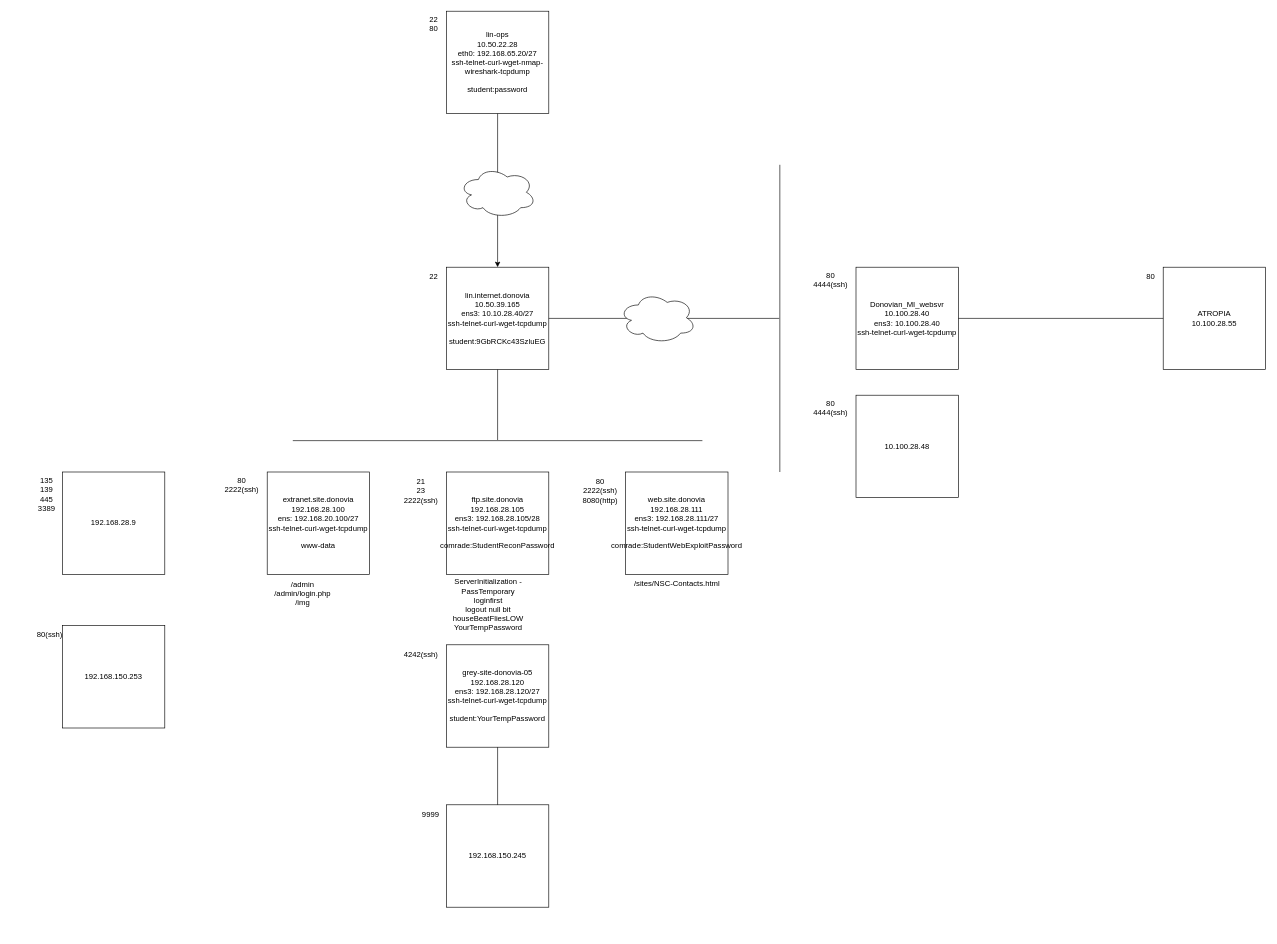
Before: Security/Greenberg/Untitled Diagram.drawio in TheWaltuh/COSC-Notes, a draw.io diagram. Source tidied: cells renumbered, new cells numbered last; positions are measured from the earlier drawing's top-left corner, leaving out a move shared by most shapes. Both pictures are drawn from the tidied source at 64%, with x=0, y=0 at pixel (30, 11).
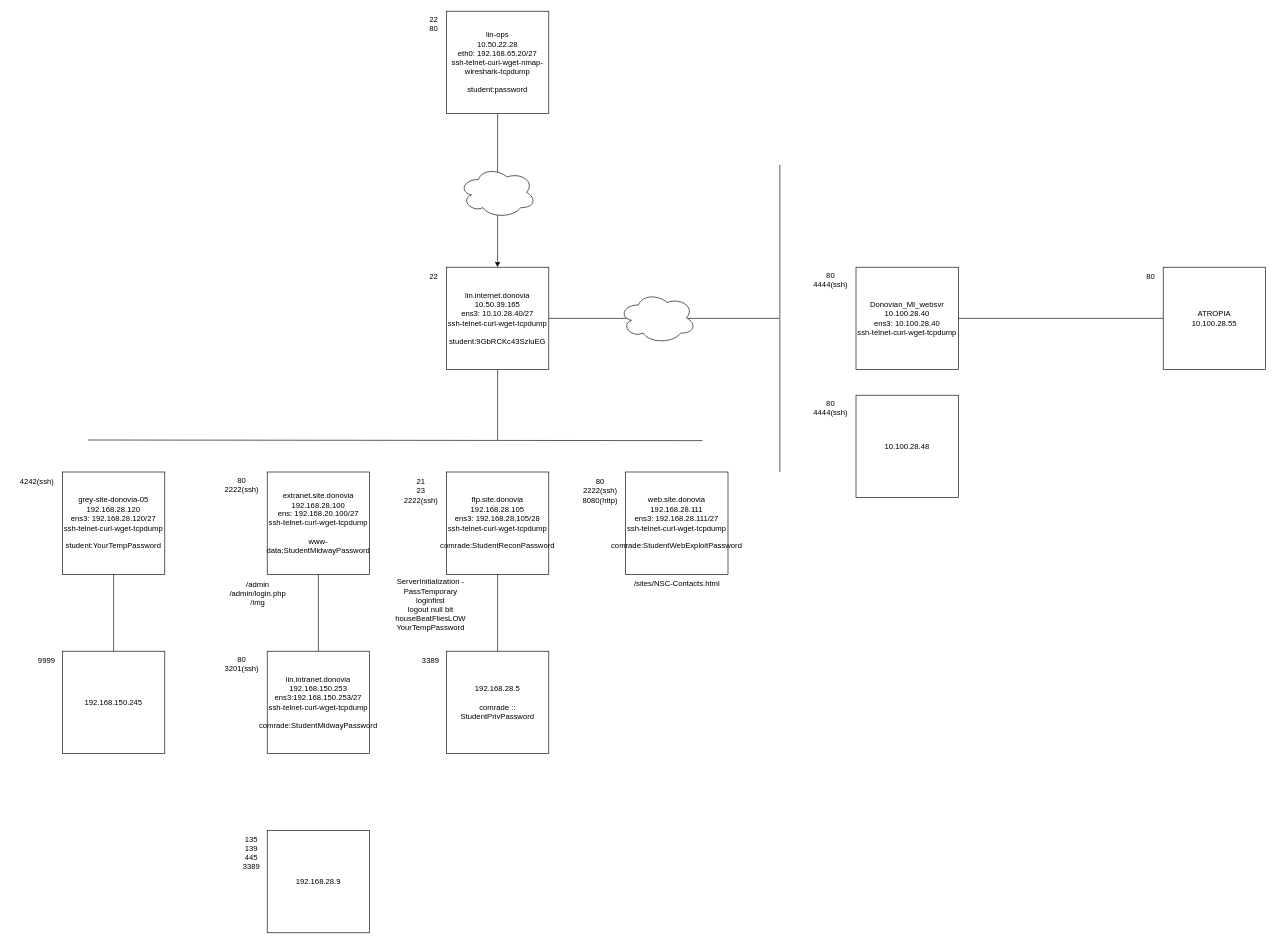
The same page after the edit.

The change refers to these unchanged cells:
```xml
<mxCell id="10" value="&lt;div&gt;ftp.site.donovia&lt;br&gt;&lt;/div&gt;&lt;div&gt;192.168.28.105&lt;/div&gt;&lt;div&gt;ens3: 192.168.28.105/28&lt;br&gt;&lt;/div&gt;&lt;div&gt;ssh-telnet-curl-wget-tcpdump&lt;/div&gt;&lt;div&gt;&lt;br&gt;&lt;/div&gt;&lt;div&gt;comrade:StudentReconPassword&lt;/div&gt;" style="whiteSpace=wrap;html=1;" parent="1" vertex="1">
  <mxGeometry x="650" y="720" width="160" height="160" as="geometry" />
</mxCell>
```

The edit, as a diff of the source:
```diff
@@
-    <mxCell id="8" value="&lt;div&gt;extranet.site.donovia&lt;br&gt;&lt;/div&gt;&lt;div&gt;192.168.28.100&lt;/div&gt;&lt;div&gt;ens: 192.168.20.100/27&lt;/div&gt;&lt;div&gt;ssh-telnet-curl-wget-tcpdump&lt;/div&gt;&lt;div&gt;&lt;br&gt;&lt;/div&gt;&lt;div&gt;www-data&lt;br&gt;&lt;/div&gt;" style="whiteSpace=wrap;html=1;" parent="1" vertex="1">
+    <mxCell id="8" value="&lt;div&gt;extranet.site.donovia&lt;br&gt;&lt;/div&gt;&lt;div&gt;192.168.28.100&lt;/div&gt;&lt;div&gt;ens: 192.168.20.100/27&lt;/div&gt;&lt;div&gt;ssh-telnet-curl-wget-tcpdump&lt;/div&gt;&lt;div&gt;&lt;br&gt;&lt;/div&gt;&lt;div&gt;www-data:StudentMidwayPassword&lt;br&gt;&lt;/div&gt;" style="whiteSpace=wrap;html=1;" parent="1" vertex="1">
       <mxGeometry x="370" y="720" width="160" height="160" as="geometry" />
     </mxCell>
@@
     <mxCell id="14" value="&lt;div&gt;grey-site-donovia-05&lt;br&gt;&lt;/div&gt;&lt;div&gt;192.168.28.120&lt;/div&gt;&lt;div&gt;ens3: 192.168.28.120/27&lt;/div&gt;&lt;div&gt;ssh-telnet-curl-wget-tcpdump&lt;/div&gt;&lt;div&gt;&lt;br&gt;&lt;/div&gt;&lt;div&gt;student:YourTempPassword&lt;br&gt;&lt;/div&gt;" style="whiteSpace=wrap;html=1;" parent="1" vertex="1">
-      <mxGeometry x="650" y="990" width="160" height="160" as="geometry" />
+      <mxGeometry x="50" y="720" width="160" height="160" as="geometry" />
     </mxCell>
     <mxCell id="15" value="4242(ssh)" style="text;html=1;align=center;verticalAlign=middle;strokeColor=none;fillColor=none;" parent="1" vertex="1">
-      <mxGeometry x="570" y="990" width="80" height="30" as="geometry" />
+      <mxGeometry x="-30" y="720" width="80" height="30" as="geometry" />
     </mxCell>
@@
     <mxCell id="17" style="endArrow=none;html=1;rounded=0;" parent="1" edge="1">
       <mxGeometry relative="1" as="geometry">
-        <mxPoint x="410" y="671" as="sourcePoint" />
+        <mxPoint x="90" y="670" as="sourcePoint" />
         <mxPoint x="1050" y="671" as="targetPoint" />
       </mxGeometry>
     </mxCell>
     <mxCell id="18" value="&lt;div&gt;/admin&lt;/div&gt;&lt;div&gt;/admin/login.php&lt;/div&gt;&lt;div&gt;/img&lt;br&gt;&lt;/div&gt;" style="text;html=1;align=center;verticalAlign=middle;strokeColor=none;fillColor=none;" parent="1" vertex="1">
-      <mxGeometry x="370" y="880" width="110" height="60" as="geometry" />
+      <mxGeometry x="300" y="880" width="110" height="60" as="geometry" />
     </mxCell>
     <mxCell id="19" value="&lt;div&gt;ServerInitialization -&lt;/div&gt;&lt;div&gt;PassTemporary&lt;br&gt;loginfirst&lt;br&gt;logout null bit&lt;br&gt;houseBeatFliesLOW&lt;br&gt;YourTempPassword&lt;br&gt;&lt;br&gt;&lt;/div&gt;" style="text;html=1;align=center;verticalAlign=middle;strokeColor=none;fillColor=none;" parent="1" vertex="1">
-      <mxGeometry x="650" y="880" width="130" height="110" as="geometry" />
+      <mxGeometry x="560" y="880" width="130" height="110" as="geometry" />
     </mxCell>
@@
     <mxCell id="21" value="192.168.150.245" style="whiteSpace=wrap;html=1;" parent="1" vertex="1">
-      <mxGeometry x="650" y="1240" width="160" height="160" as="geometry" />
+      <mxGeometry x="50" y="1000" width="160" height="160" as="geometry" />
     </mxCell>
@@
     <mxCell id="33" value="9999" style="text;html=1;align=center;verticalAlign=middle;strokeColor=none;fillColor=none;" parent="1" vertex="1">
-      <mxGeometry x="600" y="1240" width="50" height="30" as="geometry" />
+      <mxGeometry y="1000" width="50" height="30" as="geometry" />
     </mxCell>
     <mxCell id="34" value="192.168.28.9" style="whiteSpace=wrap;html=1;" parent="1" vertex="1">
-      <mxGeometry x="50" y="720" width="160" height="160" as="geometry" />
+      <mxGeometry x="370" y="1280" width="160" height="160" as="geometry" />
     </mxCell>
     <mxCell id="35" value="&lt;div&gt;135&lt;/div&gt;&lt;div&gt;139&lt;/div&gt;&lt;div&gt;445&lt;/div&gt;&lt;div&gt;3389&lt;br&gt;&lt;/div&gt;" style="text;html=1;align=center;verticalAlign=middle;strokeColor=none;fillColor=none;" parent="1" vertex="1">
-      <mxGeometry y="720" width="50" height="70" as="geometry" />
+      <mxGeometry x="320" y="1280" width="50" height="70" as="geometry" />
     </mxCell>
-    <mxCell id="36" value="192.168.150.253" style="whiteSpace=wrap;html=1;" parent="1" vertex="1">
-      <mxGeometry x="50" y="960" width="160" height="160" as="geometry" />
+    <mxCell id="36" value="&lt;div&gt;lin.intranet.donovia&lt;br&gt;&lt;/div&gt;&lt;div&gt;192.168.150.253&lt;/div&gt;&lt;div&gt;ens3:192.168.150.253/27&lt;br&gt;&lt;/div&gt;&lt;div&gt;ssh-telnet-curl-wget-tcpdump&lt;/div&gt;&lt;div&gt;&lt;br&gt;&lt;/div&gt;&lt;div&gt;comrade:StudentMidwayPassword&lt;/div&gt;" style="whiteSpace=wrap;html=1;" parent="1" vertex="1">
+      <mxGeometry x="370" y="1000" width="160" height="160" as="geometry" />
     </mxCell>
-    <mxCell id="37" value="80(ssh)" style="text;html=1;align=center;verticalAlign=middle;strokeColor=none;fillColor=none;" parent="1" vertex="1">
-      <mxGeometry y="960" width="60" height="30" as="geometry" />
+    <mxCell id="37" value="&lt;div&gt;80&lt;/div&gt;&lt;div&gt;3201(ssh)&lt;br&gt;&lt;/div&gt;" style="text;html=1;align=center;verticalAlign=middle;strokeColor=none;fillColor=none;" parent="1" vertex="1">
+      <mxGeometry x="290" y="1000" width="80" height="40" as="geometry" />
     </mxCell>
+    <mxCell id="38" style="endArrow=none;html=1;rounded=0;exitX=0.5;exitY=0;exitDx=0;exitDy=0;entryX=0.5;entryY=1;entryDx=0;entryDy=0;" parent="1" edge="1" source="36" target="8">
+      <mxGeometry relative="1" as="geometry" />
+    </mxCell>
+    <mxCell id="39" value="&lt;div&gt;192.168.28.5&lt;/div&gt;&lt;div&gt;&lt;br&gt;&lt;/div&gt;&lt;div&gt;comrade :: StudentPrivPassword&lt;br&gt;&lt;/div&gt;" style="whiteSpace=wrap;html=1;" parent="1" vertex="1">
+      <mxGeometry x="650" y="1000" width="160" height="160" as="geometry" />
+    </mxCell>
+    <mxCell id="40" value="3389" style="text;html=1;align=center;verticalAlign=middle;strokeColor=none;fillColor=none;" parent="1" vertex="1">
+      <mxGeometry x="600" y="1000" width="50" height="30" as="geometry" />
+    </mxCell>
+    <mxCell id="41" style="endArrow=none;html=1;rounded=0;exitX=0.5;exitY=0;exitDx=0;exitDy=0;entryX=0.5;entryY=1;entryDx=0;entryDy=0;" parent="1" edge="1" source="39" target="10">
+      <mxGeometry relative="1" as="geometry" />
+    </mxCell>
```
